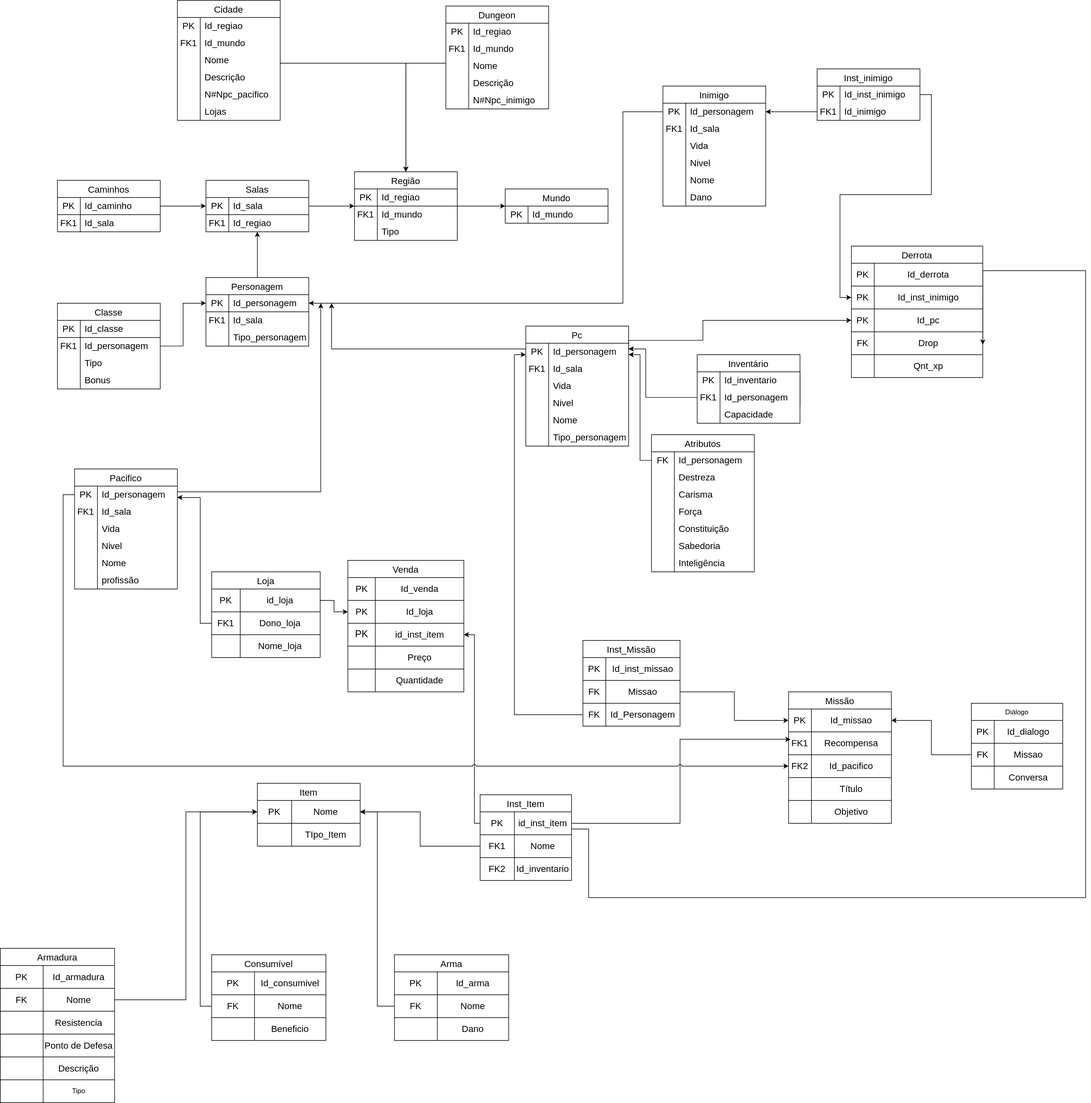
This is docs/modulo_01/MER.drawio.svg from SBD1/2024.2-D-D-classico, a draw.io export, as it was before one commit. Source tidied: cells renumbered, new cells last; positions are measured from the earlier drawing's top-left corner, leaving out a move shared by most shapes.
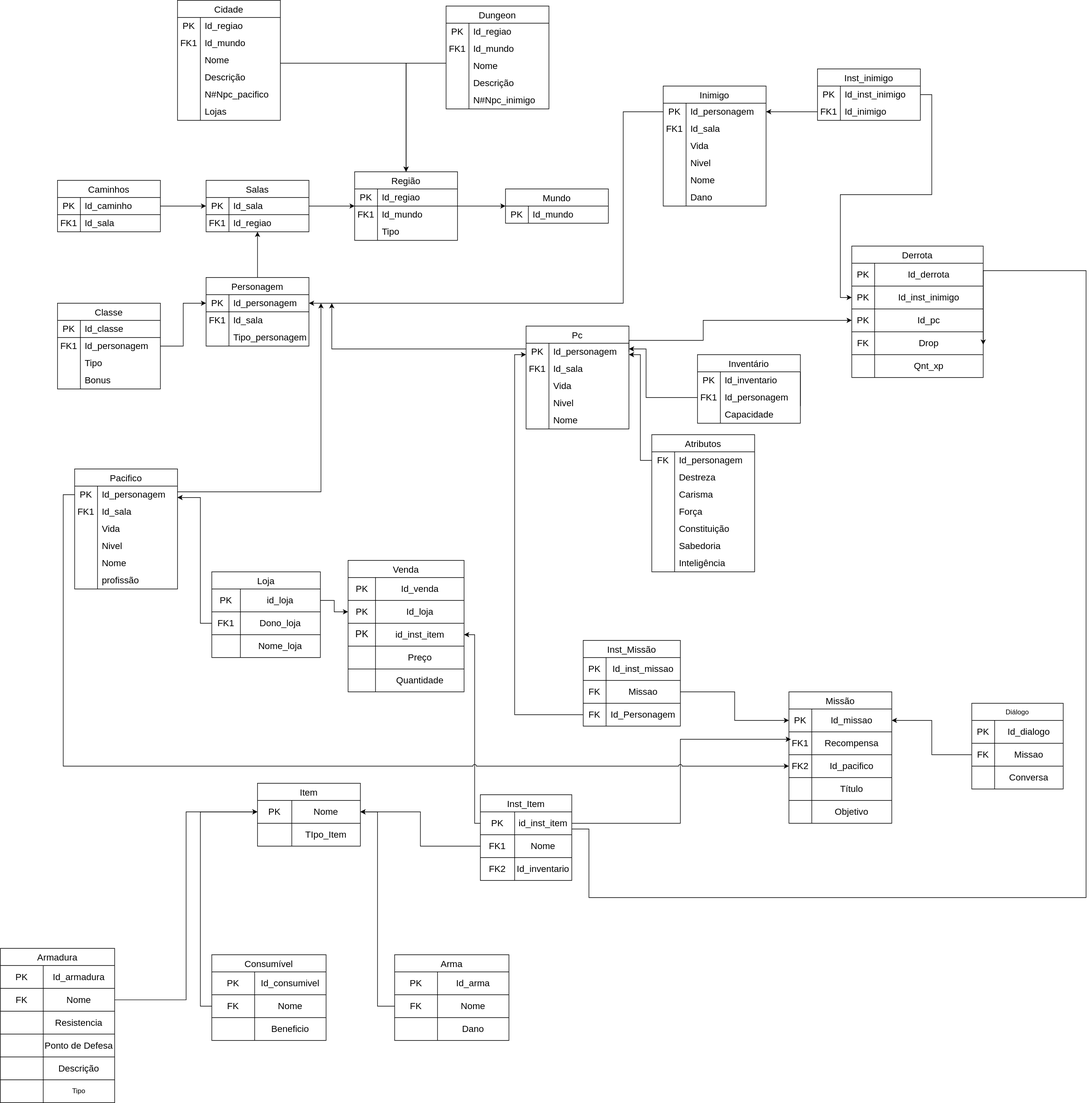
After the change.

The edit, as a diff of the source:
```diff
@@ -600,7 +600,7 @@
       <mxGeometry relative="1" as="geometry" />
     </mxCell>
     <mxCell id="190" value="Pc" style="shape=table;startSize=30;rowLines=0;fontStyle=0;strokeColor=default;fontSize=16;" parent="1" vertex="1">
-      <mxGeometry x="920" y="570" width="180" height="210" as="geometry" />
+      <mxGeometry x="920" y="570" width="180" height="180" as="geometry" />
     </mxCell>
     <mxCell id="191" style="shape=tableRow;horizontal=0;startSize=0;swimlaneHead=0;swimlaneBody=0;top=0;left=0;bottom=0;right=0;fillColor=none;points=[[0,0.5],[1,0.5]];portConstraint=eastwest;strokeColor=inherit;fontSize=16;" parent="190" vertex="1">
       <mxGeometry y="30" width="180" height="30" as="geometry" />
@@ -647,15 +647,6 @@
     <mxCell id="205" value="Nome" style="shape=partialRectangle;html=1;whiteSpace=wrap;fillColor=none;top=0;left=0;bottom=0;right=0;align=left;spacingLeft=6;overflow=hidden;strokeColor=inherit;fontSize=16;" parent="203" vertex="1">
       <mxGeometry x="40" width="140" height="30" as="geometry" />
     </mxCell>
-    <mxCell id="206" style="shape=tableRow;horizontal=0;startSize=0;swimlaneHead=0;swimlaneBody=0;top=0;left=0;bottom=0;right=0;fillColor=none;strokeColor=inherit;fontSize=16;" parent="190" vertex="1">
-      <mxGeometry y="180" width="180" height="30" as="geometry" />
-    </mxCell>
-    <mxCell id="207" style="shape=partialRectangle;html=1;whiteSpace=wrap;fillColor=none;top=0;left=0;bottom=0;right=0;overflow=hidden;strokeColor=inherit;fontSize=16;" parent="206" vertex="1">
-      <mxGeometry width="40" height="30" as="geometry" />
-    </mxCell>
-    <mxCell id="208" value="&lt;div&gt;Tipo_personagem&lt;/div&gt;" style="shape=partialRectangle;html=1;whiteSpace=wrap;fillColor=none;top=0;left=0;bottom=0;right=0;align=left;spacingLeft=6;overflow=hidden;strokeColor=inherit;fontSize=16;" parent="206" vertex="1">
-      <mxGeometry x="40" width="140" height="30" as="geometry" />
-    </mxCell>
     <mxCell id="209" value="Atributos" style="shape=table;startSize=30;rowLines=0;fontStyle=0;strokeColor=default;fontSize=16;" parent="1" vertex="1">
       <mxGeometry x="1140" y="760" width="180" height="240" as="geometry" />
     </mxCell>
```
